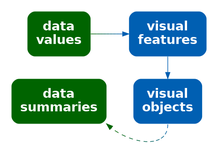
This is Diagrams/data-vis-obj.png from pmur002/hdvw, a Graphviz export, as it was before one commit. Its source is kept beside it as Diagrams/data-vis-obj.dot.
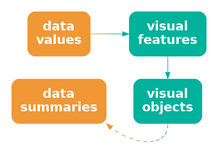
Above is the later version.

The edit, as a diff of the source:
```diff
@@ -1,15 +1,15 @@
 digraph {
   graph [ rankdir=LR; margin=.2; nodesep=.5 ];
   node [ fontsize=20; fontname="sans bold"; margin=.2 ];
-  data [ label="data\nvalues"; shape=box; style="filled, rounded"; penwidth=0; fontcolor=white; fillcolor="#006400" ]
-  stat [ label="data\nsummaries"; shape=box; style="filled, rounded"; penwidth=0; fontcolor=white; fillcolor="#006400" ]
+  data [ label="data\nvalues"; shape=box; style="filled, rounded"; penwidth=0; fontcolor=white; fillcolor="#F09736" ]
+  stat [ label="data\nsummaries"; shape=box; style="filled, rounded"; penwidth=0; fontcolor=white; fillcolor="#F09736" ]
   vis [ label="visual\nfeatures"; shape=box;
-     style="filled, rounded"; penwidth=0; fontcolor=white; fillcolor="#005FB2" ]
+     style="filled, rounded"; penwidth=0; fontcolor=white; fillcolor="#00B19B" ]
   obj [ label="visual\nobjects"; shape=box;
-     style="filled, rounded"; penwidth=0; fontcolor=white; fillcolor="#005FB2" ]
-  data -> vis [ color="#006400;0.1:#006314;0.1:#006328;0.1:#00623B;0.1:#00624F;0.1:#006163;0.1:#006177;0.1:#00608A;0.1:#00609E;0.1:#005FB2;0.1" ]
-  vis -> obj [ color="#005FB2" ]
-  obj:s -> stat:se [ style="dashed", color="#005FB2;0.1:#00609E;0.1:#00608A;0.1:#006177;0.1:#006163;0.1:#00624F;0.1:#00623B;0.1:#006328;0.1:#006314;0.1:#006400;0.1" ]
+     style="filled, rounded"; penwidth=0; fontcolor=white; fillcolor="#00B19B" ]
+  data -> vis [ color="#F09736;0.1:#D59A41;0.1:#BB9D4C;0.1:#A0A058;0.1:#85A363;0.1:#6BA56E;0.1:#50A879;0.1:#35AB85;0.1:#1BAE90;0.1:#00B19B;0.1" ]
+  vis -> obj [ color="#00B19B" ]
+  obj:s -> stat:se [ style="dashed", color="#00B19B;0.1:#1BAE90;0.1:#35AB85;0.1:#50A879;0.1:#6BA56E;0.1:#85A363;0.1:#A0A058;0.1:#BB9D4C;0.1:#D59A41;0.1:#F09736;0.1" ]
 { rank=same; data, stat }
 { rank=same; vis, obj }
 }
```
